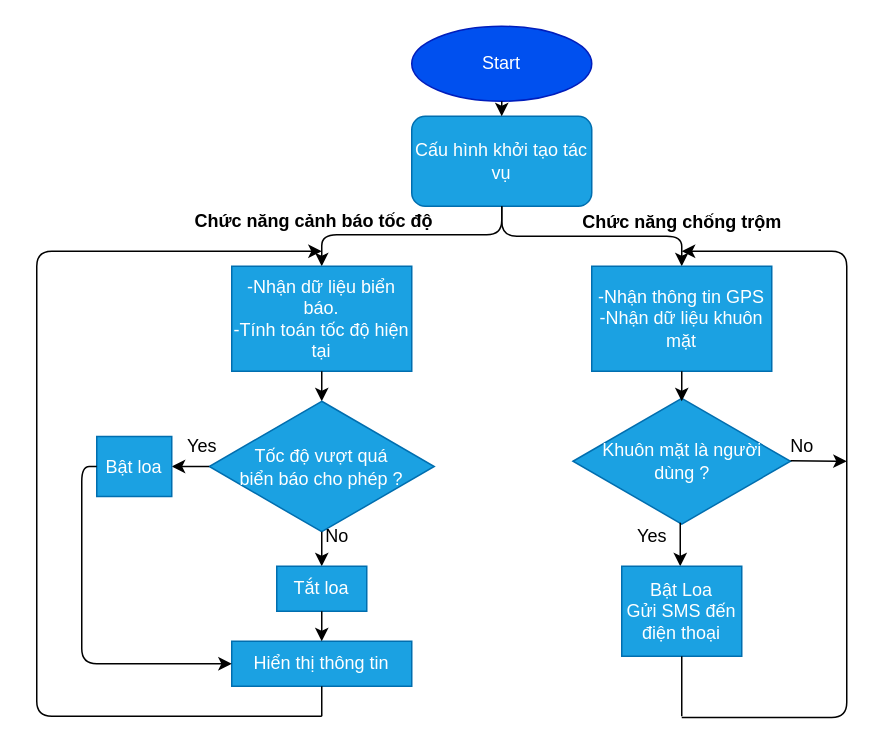
Before: page "Page-3" (3 of 3) of Untitled 1Diagram.drawio in truongvanthinh/AutonomousCar, a draw.io diagram. Source tidied: cells renumbered, new cells numbered last; positions are measured from the earlier drawing's top-left corner, leaving out a move shared by most shapes. Both pictures are drawn from the tidied source at 150%, with x=0, y=0 at pixel (36, 26).
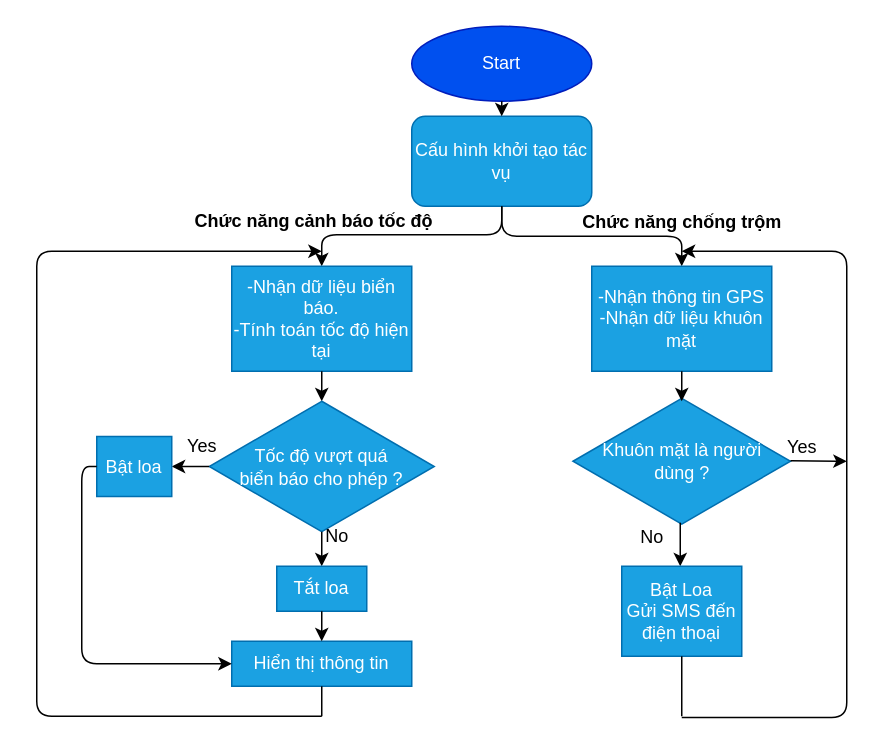
The same diagram, later.

What changed in the source:
```diff
@@
-    <mxCell id="25" value="Yes" style="text;html=1;align=center;verticalAlign=middle;strokeColor=none;" parent="1" vertex="1">
-      <mxGeometry x="390" y="330" width="40" height="20" as="geometry" />
+    <mxCell id="25" value="No" style="text;html=1;align=center;verticalAlign=middle;strokeColor=none;" parent="1" vertex="1">
+      <mxGeometry x="397" y="332" width="26" height="17" as="geometry" />
     </mxCell>
@@
-    <mxCell id="32" value="No" style="text;html=1;align=center;verticalAlign=middle;strokeColor=none;" parent="1" vertex="1">
-      <mxGeometry x="495" y="270" width="30" height="20" as="geometry" />
+    <mxCell id="32" value="Yes" style="text;html=1;align=center;verticalAlign=middle;strokeColor=none;" parent="1" vertex="1">
+      <mxGeometry x="495" y="272" width="30" height="17" as="geometry" />
     </mxCell>
```
